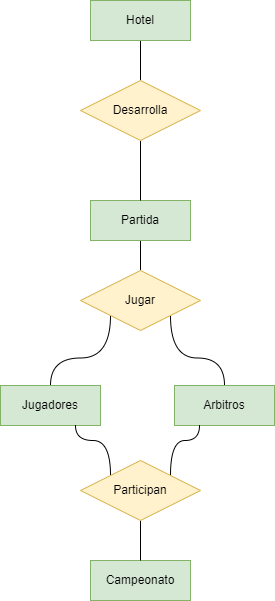
Above: Unidad-1/Tareas/Tarea-evaluable2/tarea_evaluable2.drawio.png in jdrguez/2-Daw (draw.io), before the change. Source tidied: cells renumbered, new cells last; positions are measured from the earlier drawing's top-left corner, leaving out a move shared by most shapes. Source of this version:
```xml
<mxGraphModel>
  <root>
    <mxCell id="0" />
    <mxCell id="1" parent="0" />
    <mxCell id="2" style="edgeStyle=orthogonalEdgeStyle;rounded=0;jettySize=auto;html=1;exitX=0.5;exitY=1;exitDx=0;exitDy=0;entryX=0.5;entryY=0;entryDx=0;entryDy=0;endArrow=none;endFill=0;" parent="1" edge="1" source="3" target="6">
      <mxGeometry relative="1" as="geometry" />
    </mxCell>
    <mxCell id="3" value="Partida" style="whiteSpace=wrap;html=1;align=center;fillColor=#d5e8d4;strokeColor=#82b366;" parent="1" vertex="1">
      <mxGeometry x="90" y="200" width="100" height="40" as="geometry" />
    </mxCell>
    <mxCell id="4" style="edgeStyle=orthogonalEdgeStyle;rounded=0;jettySize=auto;html=1;exitX=0;exitY=1;exitDx=0;exitDy=0;entryX=0.5;entryY=0;entryDx=0;entryDy=0;curved=1;endArrow=none;endFill=0;" parent="1" edge="1" source="6" target="7">
      <mxGeometry relative="1" as="geometry" />
    </mxCell>
    <mxCell id="5" style="edgeStyle=orthogonalEdgeStyle;rounded=0;jettySize=auto;html=1;exitX=1;exitY=1;exitDx=0;exitDy=0;entryX=0.5;entryY=0;entryDx=0;entryDy=0;curved=1;endArrow=none;endFill=0;" parent="1" edge="1" source="6" target="8">
      <mxGeometry relative="1" as="geometry" />
    </mxCell>
    <mxCell id="6" value="Jugar" style="shape=rhombus;perimeter=rhombusPerimeter;whiteSpace=wrap;html=1;align=center;fillColor=#fff2cc;strokeColor=#d6b656;" parent="1" vertex="1">
      <mxGeometry x="80" y="270" width="120" height="60" as="geometry" />
    </mxCell>
    <mxCell id="7" value="Jugadores" style="whiteSpace=wrap;html=1;align=center;fillColor=#d5e8d4;strokeColor=#82b366;" parent="1" vertex="1">
      <mxGeometry y="385" width="100" height="40" as="geometry" />
    </mxCell>
    <mxCell id="8" value="Arbitros" style="whiteSpace=wrap;html=1;align=center;fillColor=#d5e8d4;strokeColor=#82b366;" parent="1" vertex="1">
      <mxGeometry x="174" y="385" width="100" height="40" as="geometry" />
    </mxCell>
    <mxCell id="9" style="edgeStyle=orthogonalEdgeStyle;rounded=0;jettySize=auto;html=1;exitX=0.5;exitY=1;exitDx=0;exitDy=0;entryX=0.5;entryY=0;entryDx=0;entryDy=0;endArrow=none;endFill=0;" parent="1" edge="1" source="10" target="12">
      <mxGeometry relative="1" as="geometry" />
    </mxCell>
    <mxCell id="10" value="Hotel" style="whiteSpace=wrap;html=1;align=center;fillColor=#d5e8d4;strokeColor=#82b366;" parent="1" vertex="1">
      <mxGeometry x="90" width="100" height="40" as="geometry" />
    </mxCell>
    <mxCell id="11" style="edgeStyle=orthogonalEdgeStyle;rounded=0;jettySize=auto;html=1;exitX=0.5;exitY=1;exitDx=0;exitDy=0;endArrow=none;endFill=0;" parent="1" edge="1" source="12" target="3">
      <mxGeometry relative="1" as="geometry" />
    </mxCell>
    <mxCell id="12" value="Desarrolla" style="shape=rhombus;perimeter=rhombusPerimeter;whiteSpace=wrap;html=1;align=center;fillColor=#fff2cc;strokeColor=#d6b656;" parent="1" vertex="1">
      <mxGeometry x="80" y="80" width="120" height="60" as="geometry" />
    </mxCell>
    <mxCell id="13" value="Campeonato" style="whiteSpace=wrap;html=1;align=center;fillColor=#d5e8d4;strokeColor=#82b366;" parent="1" vertex="1">
      <mxGeometry x="90" y="560" width="100" height="40" as="geometry" />
    </mxCell>
    <mxCell id="14" style="edgeStyle=orthogonalEdgeStyle;rounded=0;jettySize=auto;html=1;exitX=1;exitY=0;exitDx=0;exitDy=0;entryX=0.25;entryY=1;entryDx=0;entryDy=0;endArrow=none;endFill=0;curved=1;" parent="1" edge="1" source="17" target="8">
      <mxGeometry relative="1" as="geometry" />
    </mxCell>
    <mxCell id="15" style="edgeStyle=orthogonalEdgeStyle;rounded=0;jettySize=auto;html=1;exitX=0;exitY=0;exitDx=0;exitDy=0;entryX=0.75;entryY=1;entryDx=0;entryDy=0;curved=1;endArrow=none;endFill=0;" parent="1" edge="1" source="17" target="7">
      <mxGeometry relative="1" as="geometry" />
    </mxCell>
    <mxCell id="16" style="edgeStyle=orthogonalEdgeStyle;rounded=0;jettySize=auto;html=1;exitX=0.5;exitY=1;exitDx=0;exitDy=0;entryX=0.5;entryY=0;entryDx=0;entryDy=0;endArrow=none;endFill=0;" parent="1" edge="1" source="17" target="13">
      <mxGeometry relative="1" as="geometry" />
    </mxCell>
    <mxCell id="17" value="Participan" style="shape=rhombus;perimeter=rhombusPerimeter;whiteSpace=wrap;html=1;align=center;fillColor=#fff2cc;strokeColor=#d6b656;" parent="1" vertex="1">
      <mxGeometry x="80" y="460" width="120" height="60" as="geometry" />
    </mxCell>
  </root>
</mxGraphModel>
```
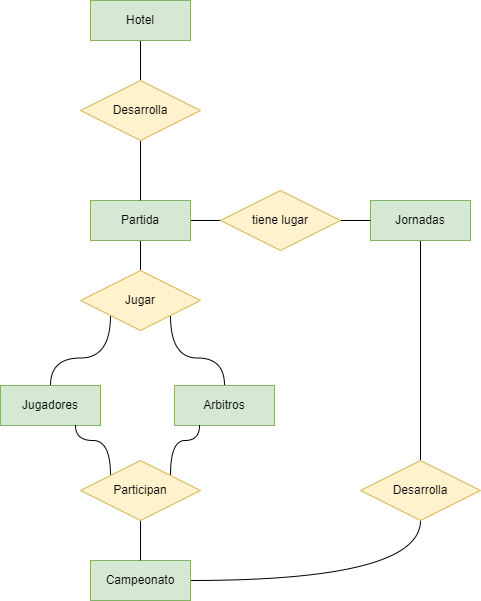
The same diagram one commit later.

Diff of the diagram source:
```diff
@@ -5,6 +5,9 @@
     <mxCell id="2" style="edgeStyle=orthogonalEdgeStyle;rounded=0;jettySize=auto;html=1;exitX=0.5;exitY=1;exitDx=0;exitDy=0;entryX=0.5;entryY=0;entryDx=0;entryDy=0;endArrow=none;endFill=0;" parent="1" edge="1" source="3" target="6">
       <mxGeometry relative="1" as="geometry" />
     </mxCell>
+    <mxCell id="18" style="edgeStyle=orthogonalEdgeStyle;rounded=0;jettySize=auto;html=1;exitX=1;exitY=0.5;exitDx=0;exitDy=0;entryX=0;entryY=0.5;entryDx=0;entryDy=0;endArrow=none;endFill=0;" parent="1" edge="1" source="3" target="24">
+      <mxGeometry relative="1" as="geometry" />
+    </mxCell>
     <mxCell id="3" value="Partida" style="whiteSpace=wrap;html=1;align=center;fillColor=#d5e8d4;strokeColor=#82b366;" parent="1" vertex="1">
       <mxGeometry x="90" y="200" width="100" height="40" as="geometry" />
     </mxCell>
@@ -35,6 +38,9 @@
     <mxCell id="12" value="Desarrolla" style="shape=rhombus;perimeter=rhombusPerimeter;whiteSpace=wrap;html=1;align=center;fillColor=#fff2cc;strokeColor=#d6b656;" parent="1" vertex="1">
       <mxGeometry x="80" y="80" width="120" height="60" as="geometry" />
     </mxCell>
+    <mxCell id="19" style="edgeStyle=orthogonalEdgeStyle;rounded=0;jettySize=auto;html=1;exitX=1;exitY=0.5;exitDx=0;exitDy=0;entryX=0.5;entryY=1;entryDx=0;entryDy=0;curved=1;endArrow=none;endFill=0;" parent="1" edge="1" source="13" target="21">
+      <mxGeometry relative="1" as="geometry" />
+    </mxCell>
     <mxCell id="13" value="Campeonato" style="whiteSpace=wrap;html=1;align=center;fillColor=#d5e8d4;strokeColor=#82b366;" parent="1" vertex="1">
       <mxGeometry x="90" y="560" width="100" height="40" as="geometry" />
     </mxCell>
@@ -50,5 +56,20 @@
     <mxCell id="17" value="Participan" style="shape=rhombus;perimeter=rhombusPerimeter;whiteSpace=wrap;html=1;align=center;fillColor=#fff2cc;strokeColor=#d6b656;" parent="1" vertex="1">
       <mxGeometry x="80" y="460" width="120" height="60" as="geometry" />
     </mxCell>
+    <mxCell id="20" style="edgeStyle=orthogonalEdgeStyle;rounded=0;jettySize=auto;html=1;exitX=0.5;exitY=0;exitDx=0;exitDy=0;endArrow=none;endFill=0;" parent="1" edge="1" source="21" target="22">
+      <mxGeometry relative="1" as="geometry" />
+    </mxCell>
+    <mxCell id="21" value="Desarrolla" style="shape=rhombus;perimeter=rhombusPerimeter;whiteSpace=wrap;html=1;align=center;fillColor=#fff2cc;strokeColor=#d6b656;" parent="1" vertex="1">
+      <mxGeometry x="360" y="460" width="120" height="60" as="geometry" />
+    </mxCell>
+    <mxCell id="22" value="Jornadas" style="whiteSpace=wrap;html=1;align=center;fillColor=#d5e8d4;strokeColor=#82b366;" parent="1" vertex="1">
+      <mxGeometry x="370" y="200" width="100" height="40" as="geometry" />
+    </mxCell>
+    <mxCell id="23" style="edgeStyle=orthogonalEdgeStyle;rounded=0;jettySize=auto;html=1;exitX=1;exitY=0.5;exitDx=0;exitDy=0;entryX=0;entryY=0.5;entryDx=0;entryDy=0;endArrow=none;endFill=0;" parent="1" edge="1" source="24" target="22">
+      <mxGeometry relative="1" as="geometry" />
+    </mxCell>
+    <mxCell id="24" value="tiene lugar" style="shape=rhombus;perimeter=rhombusPerimeter;whiteSpace=wrap;html=1;align=center;fillColor=#fff2cc;strokeColor=#d6b656;" parent="1" vertex="1">
+      <mxGeometry x="220" y="190" width="120" height="60" as="geometry" />
+    </mxCell>
   </root>
 </mxGraphModel>
```
